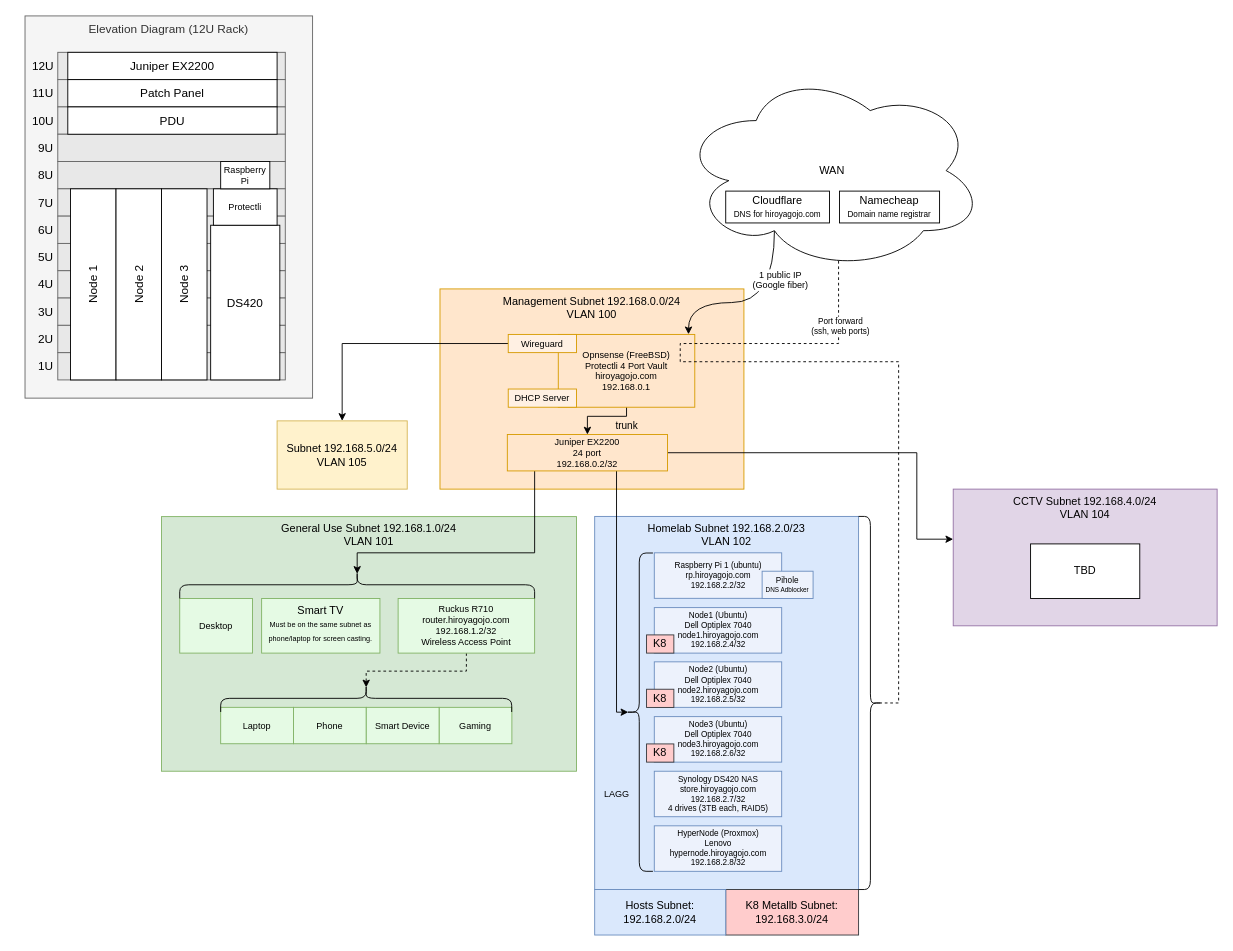
Earlier version of the draw.io diagram homelab.drawio (HiDoYa/homelab). Source tidied: cells renumbered, new cells numbered last; positions are measured from the earlier drawing's top-left corner, leaving out a move shared by most shapes. Both pictures are drawn from the tidied source at 91%, with x=0, y=0 at pixel (15, 15).
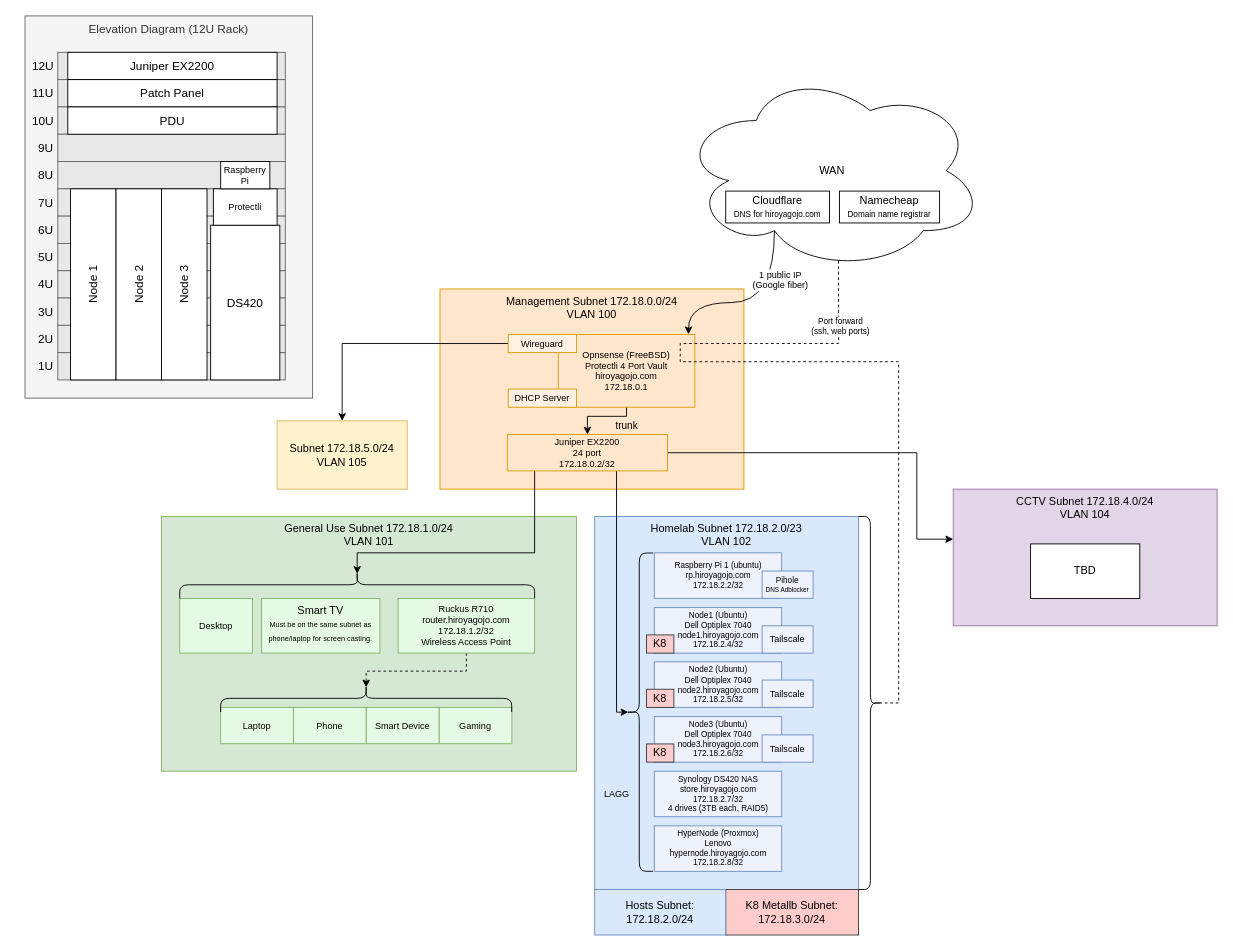
After the change.

Change to the diagram source:
```diff
@@
-    <mxCell id="2" value="Management Subnet 192.168.0.0/24&lt;br style=&quot;font-size: 12px;&quot;&gt;VLAN 100" style="rounded=0;whiteSpace=wrap;html=1;fontSize=12;fillColor=#ffe6cc;strokeColor=#d79b00;verticalAlign=top;align=center;" parent="1" vertex="1">
+    <mxCell id="2" value="Management Subnet 172.18.0.0/24&lt;br style=&quot;font-size: 12px;&quot;&gt;VLAN 100" style="rounded=0;whiteSpace=wrap;html=1;fontSize=12;fillColor=#ffe6cc;strokeColor=#d79b00;verticalAlign=top;align=center;" parent="1" vertex="1">
       <mxGeometry x="466" y="300" width="334" height="220" as="geometry" />
     </mxCell>
@@
-    <mxCell id="17" value="General Use Subnet 192.168.1.0/24&lt;br&gt;VLAN 101" style="rounded=0;whiteSpace=wrap;html=1;verticalAlign=top;fillColor=#d5e8d4;strokeColor=#82b366;" parent="1" vertex="1">
+    <mxCell id="17" value="General Use Subnet 172.18.1.0/24&lt;br&gt;VLAN 101" style="rounded=0;whiteSpace=wrap;html=1;verticalAlign=top;fillColor=#d5e8d4;strokeColor=#82b366;" parent="1" vertex="1">
       <mxGeometry x="160" y="550.2" width="456" height="279.8" as="geometry" />
     </mxCell>
-    <mxCell id="18" value="Homelab Subnet 192.168.2.0/23&lt;br&gt;VLAN 102" style="rounded=0;whiteSpace=wrap;html=1;verticalAlign=top;fillColor=#dae8fc;strokeColor=#6c8ebf;" parent="1" vertex="1">
+    <mxCell id="18" value="Homelab Subnet 172.18.2.0/23&lt;br&gt;VLAN 102" style="rounded=0;whiteSpace=wrap;html=1;verticalAlign=top;fillColor=#dae8fc;strokeColor=#6c8ebf;" parent="1" vertex="1">
       <mxGeometry x="636" y="550" width="290" height="410" as="geometry" />
     </mxCell>
@@
-    <mxCell id="21" value="Opnsense (FreeBSD)&lt;br style=&quot;font-size: 10px;&quot;&gt;Protectli 4 Port Vault&lt;br style=&quot;font-size: 10px;&quot;&gt;hiroyagojo.com&lt;br&gt;192.168.0.1" style="rounded=0;whiteSpace=wrap;html=1;fillColor=#ffe6cc;strokeColor=#d79b00;fontSize=10;" parent="1" vertex="1">
+    <mxCell id="21" value="Opnsense (FreeBSD)&lt;br style=&quot;font-size: 10px;&quot;&gt;Protectli 4 Port Vault&lt;br style=&quot;font-size: 10px;&quot;&gt;hiroyagojo.com&lt;br&gt;172.18.0.1" style="rounded=0;whiteSpace=wrap;html=1;fillColor=#ffe6cc;strokeColor=#d79b00;fontSize=10;" parent="1" vertex="1">
       <mxGeometry x="596" y="350" width="150" height="80" as="geometry" />
     </mxCell>
@@
-    <mxCell id="23" value="Ruckus R710&lt;br&gt;router.hiroyagojo.com&lt;br&gt;192.168.1.2/32&lt;br style=&quot;font-size: 10px;&quot;&gt;Wireless Access Point" style="rounded=0;whiteSpace=wrap;html=1;fontSize=10;fillColor=#E5FAE4;strokeColor=#82B366;" parent="1" vertex="1">
+    <mxCell id="23" value="Ruckus R710&lt;br&gt;router.hiroyagojo.com&lt;br&gt;172.18.1.2/32&lt;br style=&quot;font-size: 10px;&quot;&gt;Wireless Access Point" style="rounded=0;whiteSpace=wrap;html=1;fontSize=10;fillColor=#E5FAE4;strokeColor=#82B366;" parent="1" vertex="1">
       <mxGeometry x="420" y="640.2" width="150" height="60" as="geometry" />
     </mxCell>
@@
-    <mxCell id="27" value="Juniper EX2200&lt;br style=&quot;font-size: 10px;&quot;&gt;24 port&lt;br style=&quot;font-size: 10px;&quot;&gt;192.168.0.2/32" style="rounded=0;whiteSpace=wrap;html=1;fontSize=10;fillColor=#ffe6cc;strokeColor=#d79b00;" parent="1" vertex="1">
+    <mxCell id="27" value="Juniper EX2200&lt;br style=&quot;font-size: 10px;&quot;&gt;24 port&lt;br style=&quot;font-size: 10px;&quot;&gt;172.18.0.2/32" style="rounded=0;whiteSpace=wrap;html=1;fontSize=10;fillColor=#ffe6cc;strokeColor=#d79b00;" parent="1" vertex="1">
       <mxGeometry x="540" y="460" width="176" height="40" as="geometry" />
     </mxCell>
@@
-    <mxCell id="32" value="Node1 (Ubuntu)&lt;br&gt;Dell Optiplex 7040&lt;br style=&quot;font-size: 9px;&quot;&gt;node1.hiroyagojo.com&lt;br&gt;192.168.2.4/32" style="rounded=0;whiteSpace=wrap;html=1;fontSize=9;fillColor=#EDF2FC;strokeColor=#6c8ebf;" parent="1" vertex="1">
+    <mxCell id="32" value="Node1 (Ubuntu)&lt;br&gt;Dell Optiplex 7040&lt;br style=&quot;font-size: 9px;&quot;&gt;node1.hiroyagojo.com&lt;br&gt;172.18.2.4/32" style="rounded=0;whiteSpace=wrap;html=1;fontSize=9;fillColor=#EDF2FC;strokeColor=#6c8ebf;" parent="1" vertex="1">
       <mxGeometry x="701.5" y="650.2" width="140" height="50" as="geometry" />
     </mxCell>
-    <mxCell id="33" value="Node2 (Ubuntu)&lt;br&gt;Dell Optiplex 7040&lt;br&gt;node2.hiroyagojo.com&lt;br&gt;192.168.2.5/32" style="rounded=0;whiteSpace=wrap;html=1;fontSize=9;fillColor=#EDF2FC;strokeColor=#6c8ebf;" parent="1" vertex="1">
+    <mxCell id="33" value="Node2 (Ubuntu)&lt;br&gt;Dell Optiplex 7040&lt;br&gt;node2.hiroyagojo.com&lt;br&gt;172.18.2.5/32" style="rounded=0;whiteSpace=wrap;html=1;fontSize=9;fillColor=#EDF2FC;strokeColor=#6c8ebf;" parent="1" vertex="1">
       <mxGeometry x="701.5" y="709.8" width="140" height="50" as="geometry" />
     </mxCell>
-    <mxCell id="34" value="Node3 (Ubuntu)&lt;br&gt;Dell Optiplex 7040&lt;br&gt;node3.hiroyagojo.com&lt;br&gt;192.168.2.6/32" style="rounded=0;whiteSpace=wrap;html=1;fontSize=9;fillColor=#EDF2FC;strokeColor=#6c8ebf;" parent="1" vertex="1">
+    <mxCell id="34" value="Node3 (Ubuntu)&lt;br&gt;Dell Optiplex 7040&lt;br&gt;node3.hiroyagojo.com&lt;br&gt;172.18.2.6/32" style="rounded=0;whiteSpace=wrap;html=1;fontSize=9;fillColor=#EDF2FC;strokeColor=#6c8ebf;" parent="1" vertex="1">
       <mxGeometry x="701.5" y="770" width="140" height="50" as="geometry" />
     </mxCell>
-    <mxCell id="35" value="Raspberry Pi 1 (ubuntu)&lt;br&gt;rp.hiroyagojo.com&lt;br&gt;192.168.2.2/32" style="rounded=0;whiteSpace=wrap;html=1;fontSize=9;fillColor=#EDF2FC;strokeColor=#6c8ebf;" parent="1" vertex="1">
+    <mxCell id="35" value="Raspberry Pi 1 (ubuntu)&lt;br&gt;rp.hiroyagojo.com&lt;br&gt;172.18.2.2/32" style="rounded=0;whiteSpace=wrap;html=1;fontSize=9;fillColor=#EDF2FC;strokeColor=#6c8ebf;" parent="1" vertex="1">
       <mxGeometry x="701.5" y="590" width="140" height="50" as="geometry" />
     </mxCell>
@@
-    <mxCell id="39" value="Synology DS420 NAS&lt;br&gt;store.hiroyagojo.com&lt;br&gt;192.168.2.7/32&lt;br&gt;4 drives (3TB each, RAID5)" style="rounded=0;whiteSpace=wrap;html=1;fontSize=9;fillColor=#EDF2FC;strokeColor=#6c8ebf;" parent="1" vertex="1">
+    <mxCell id="39" value="Synology DS420 NAS&lt;br&gt;store.hiroyagojo.com&lt;br&gt;172.18.2.7/32&lt;br&gt;4 drives (3TB each, RAID5)" style="rounded=0;whiteSpace=wrap;html=1;fontSize=9;fillColor=#EDF2FC;strokeColor=#6c8ebf;" parent="1" vertex="1">
       <mxGeometry x="701.5" y="830" width="140" height="50" as="geometry" />
     </mxCell>
@@
     <mxCell id="44" value="&lt;font style=&quot;&quot;&gt;&lt;font style=&quot;font-size: 9px;&quot;&gt;Pihole&lt;/font&gt;&lt;br style=&quot;&quot;&gt;&lt;/font&gt;&lt;font style=&quot;font-size: 7px;&quot;&gt;DNS Adblocker&lt;br&gt;&lt;/font&gt;" style="rounded=0;whiteSpace=wrap;html=1;fontSize=6;fillColor=#EDF2FC;strokeColor=#6c8ebf;" parent="1" vertex="1">
-      <mxGeometry x="820" y="610.2" width="56" height="30" as="geometry" />
+      <mxGeometry x="820" y="610" width="56" height="30" as="geometry" />
     </mxCell>
@@
-    <mxCell id="66" value="Subnet 192.168.5.0/24&lt;br&gt;VLAN 105" style="text;html=1;align=center;verticalAlign=middle;whiteSpace=wrap;rounded=0;strokeColor=#d6b656;fillColor=#fff2cc;" parent="1" vertex="1">
+    <mxCell id="66" value="Subnet 172.18.5.0/24&lt;br&gt;VLAN 105" style="text;html=1;align=center;verticalAlign=middle;whiteSpace=wrap;rounded=0;strokeColor=#d6b656;fillColor=#fff2cc;" parent="1" vertex="1">
       <mxGeometry x="287" y="445" width="143" height="75" as="geometry" />
     </mxCell>
@@
-    <mxCell id="70" value="K8 Metallb Subnet:&lt;br&gt;192.168.3.0/24" style="rounded=0;whiteSpace=wrap;html=1;strokeColor=#36393d;fontSize=12;fillColor=#ffcccc;" parent="1" vertex="1">
+    <mxCell id="70" value="K8 Metallb Subnet:&lt;br&gt;172.18.3.0/24" style="rounded=0;whiteSpace=wrap;html=1;strokeColor=#36393d;fontSize=12;fillColor=#ffcccc;" parent="1" vertex="1">
       <mxGeometry x="780" y="960" width="146" height="50" as="geometry" />
     </mxCell>
-    <mxCell id="71" value="Hosts Subnet: 192.168.2.0/24" style="rounded=0;whiteSpace=wrap;html=1;strokeColor=#6c8ebf;fontSize=12;fillColor=#dae8fc;" parent="1" vertex="1">
+    <mxCell id="71" value="Hosts Subnet: 172.18.2.0/24" style="rounded=0;whiteSpace=wrap;html=1;strokeColor=#6c8ebf;fontSize=12;fillColor=#dae8fc;" parent="1" vertex="1">
       <mxGeometry x="636" y="960" width="144" height="50" as="geometry" />
     </mxCell>
@@
-    <mxCell id="74" value="HyperNode (Proxmox)&lt;br&gt;Lenovo&lt;br style=&quot;font-size: 9px;&quot;&gt;hypernode.hiroyagojo.com&lt;br&gt;192.168.2.8/32" style="rounded=0;whiteSpace=wrap;html=1;fontSize=9;fillColor=#EDF2FC;strokeColor=#6c8ebf;" parent="1" vertex="1">
+    <mxCell id="74" value="HyperNode (Proxmox)&lt;br&gt;Lenovo&lt;br style=&quot;font-size: 9px;&quot;&gt;hypernode.hiroyagojo.com&lt;br&gt;172.18.2.8/32" style="rounded=0;whiteSpace=wrap;html=1;fontSize=9;fillColor=#EDF2FC;strokeColor=#6c8ebf;" parent="1" vertex="1">
       <mxGeometry x="701.5" y="890" width="140" height="50" as="geometry" />
     </mxCell>
@@
-    <mxCell id="80" value="CCTV Subnet 192.168.4.0/24&lt;br&gt;VLAN 104" style="rounded=0;whiteSpace=wrap;html=1;verticalAlign=top;fillColor=#e1d5e7;strokeColor=#9673a6;" parent="1" vertex="1">
+    <mxCell id="80" value="CCTV Subnet 172.18.4.0/24&lt;br&gt;VLAN 104" style="rounded=0;whiteSpace=wrap;html=1;verticalAlign=top;fillColor=#e1d5e7;strokeColor=#9673a6;" parent="1" vertex="1">
       <mxGeometry x="1030" y="520" width="290" height="150.2" as="geometry" />
     </mxCell>
@@
+    <mxCell id="82" value="&lt;font style=&quot;&quot;&gt;&lt;font size=&quot;1&quot;&gt;Tailscale&lt;/font&gt;&lt;br&gt;&lt;/font&gt;" style="rounded=0;whiteSpace=wrap;html=1;fontSize=6;fillColor=#EDF2FC;strokeColor=#6c8ebf;" parent="1" vertex="1">
+      <mxGeometry x="820" y="670.2" width="56" height="30" as="geometry" />
+    </mxCell>
+    <mxCell id="83" value="&lt;font style=&quot;&quot;&gt;&lt;font size=&quot;1&quot;&gt;Tailscale&lt;/font&gt;&lt;br&gt;&lt;/font&gt;" style="rounded=0;whiteSpace=wrap;html=1;fontSize=6;fillColor=#EDF2FC;strokeColor=#6c8ebf;" parent="1" vertex="1">
+      <mxGeometry x="820" y="729.8" width="56" height="30" as="geometry" />
+    </mxCell>
+    <mxCell id="84" value="&lt;font style=&quot;&quot;&gt;&lt;font size=&quot;1&quot;&gt;Tailscale&lt;/font&gt;&lt;br&gt;&lt;/font&gt;" style="rounded=0;whiteSpace=wrap;html=1;fontSize=6;fillColor=#EDF2FC;strokeColor=#6c8ebf;" parent="1" vertex="1">
+      <mxGeometry x="820" y="790.1" width="56" height="30" as="geometry" />
+    </mxCell>
```
